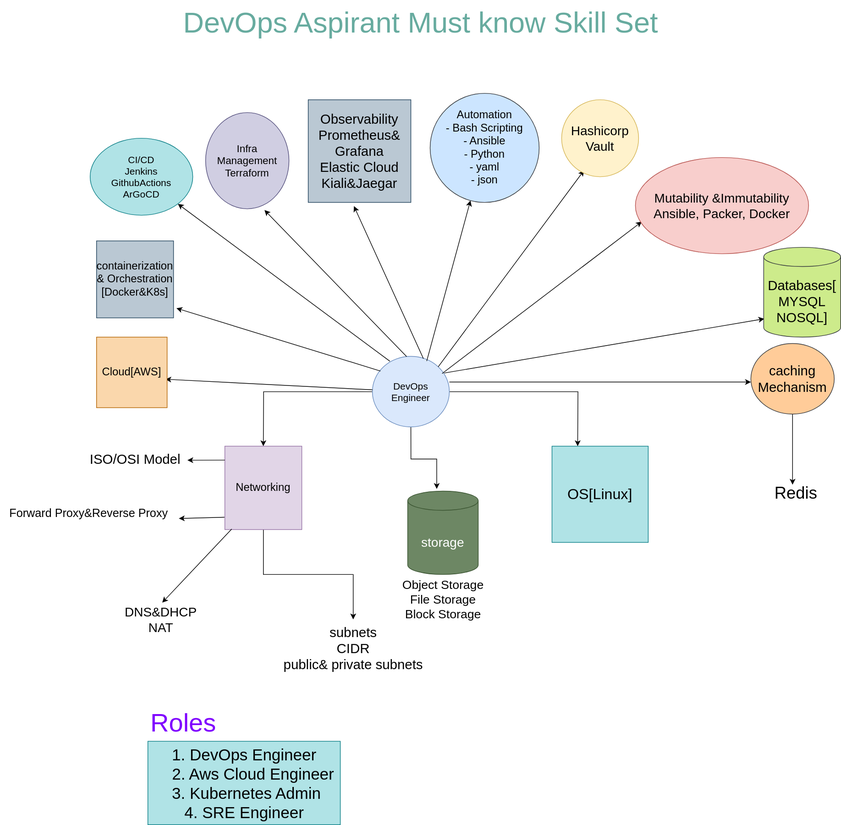
This is devops-requirments.drawio.svg from ullagallu123/svg, a draw.io export, as it was before one commit. Source tidied: cells renumbered, new cells last; positions are measured from the earlier drawing's top-left corner, leaving out a move shared by most shapes.
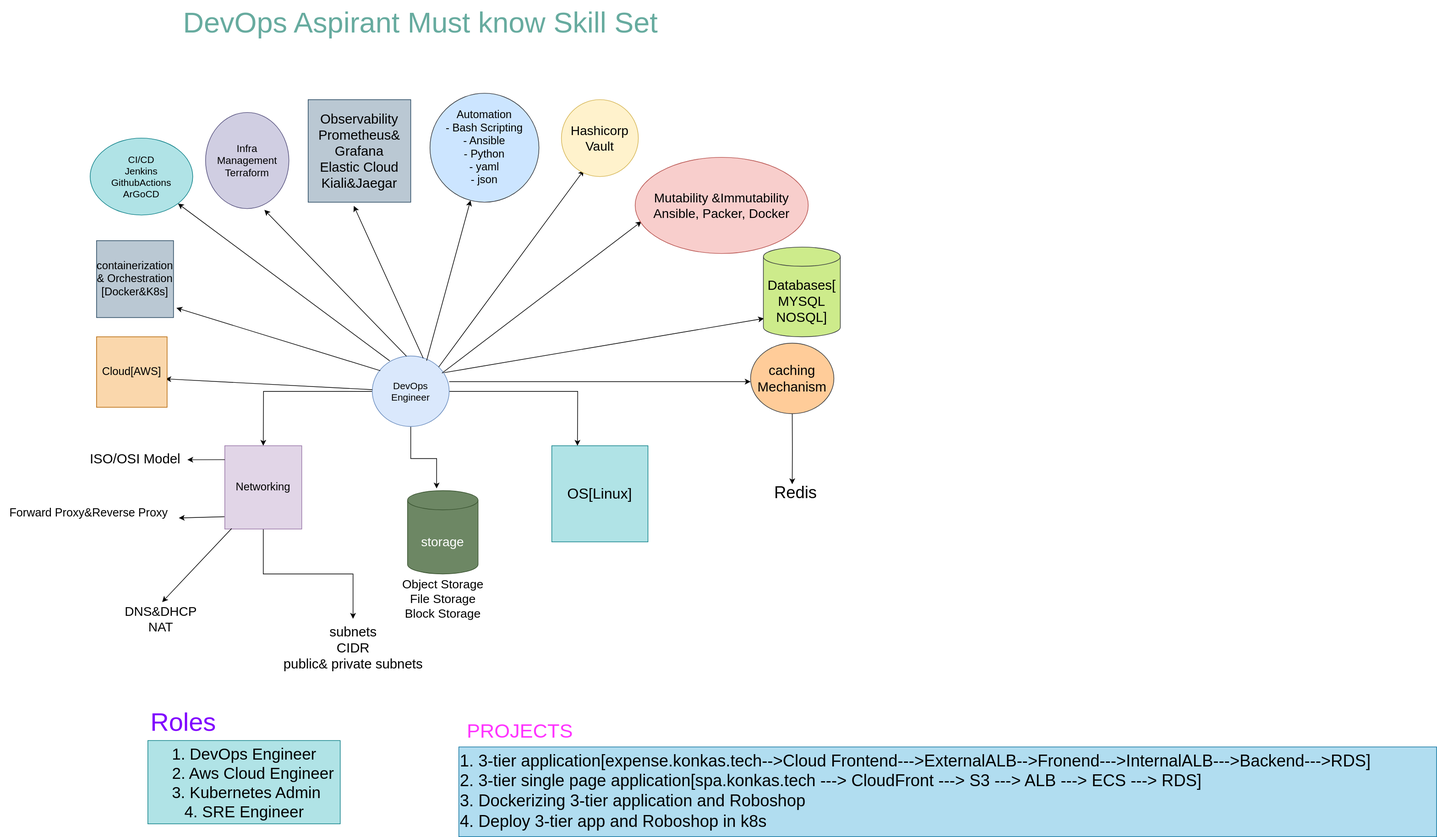
Above is the later version.

What changed in the source:
```diff
@@ -140,5 +140,11 @@
     <mxCell id="42" value="&lt;font color=&quot;#7f00ff&quot; style=&quot;font-size: 40px;&quot;&gt;Roles&lt;/font&gt;" style="text;html=1;align=center;verticalAlign=middle;strokeColor=none;fillColor=none;" parent="1" vertex="1">
       <mxGeometry x="220" y="1095" width="130" height="60" as="geometry" />
     </mxCell>
+    <mxCell id="43" value="&lt;font color=&quot;#ff33ff&quot; style=&quot;font-size: 31px;&quot;&gt;PROJECTS&lt;/font&gt;" style="text;html=1;align=center;verticalAlign=middle;strokeColor=none;fillColor=none;" parent="1" vertex="1">
+      <mxGeometry x="715" y="1115" width="190" height="50" as="geometry" />
+    </mxCell>
+    <mxCell id="44" value="1. 3-tier application[expense.konkas.tech--&gt;Cloud Frontend---&gt;ExternalALB--&gt;Fronend---&gt;InternalALB---&gt;Backend---&gt;RDS]&#10;2. 3-tier single page application[spa.konkas.tech ---&gt; CloudFront ---&gt; S3 ---&gt; ALB ---&gt; ECS ---&gt; RDS]&#10;3. Dockerizing 3-tier application and Roboshop&#10;4. Deploy 3-tier app and Roboshop in k8s" style="text;whiteSpace=wrap;fontSize=26;fillColor=#b1ddf0;strokeColor=#10739e;" parent="1" vertex="1">
+      <mxGeometry x="715" y="1165" width="1525" height="140" as="geometry" />
+    </mxCell>
   </root>
 </mxGraphModel>
```
